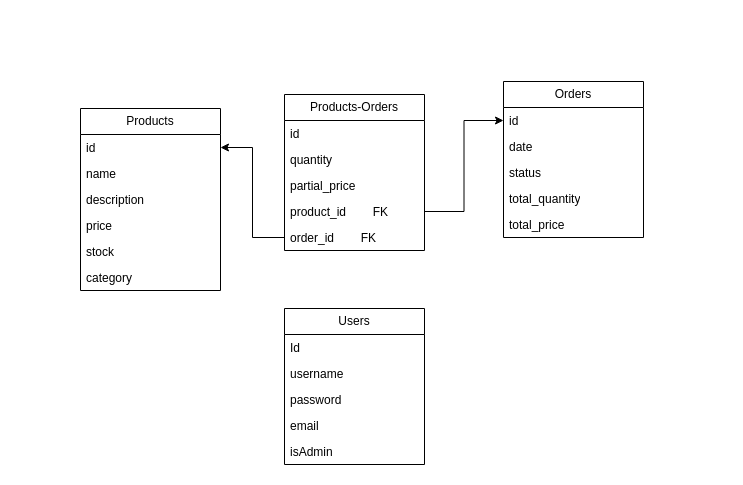
rodrigomero/java-sinc keeps this draw.io diagram as musistore.drawio. Above is the earlier version. Source tidied: cells renumbered, new cells numbered last; positions are measured from the earlier drawing's top-left corner, leaving out a move shared by most shapes. Both pictures are drawn from the tidied source at 100%, with x=0, y=0 at pixel (80, 81).
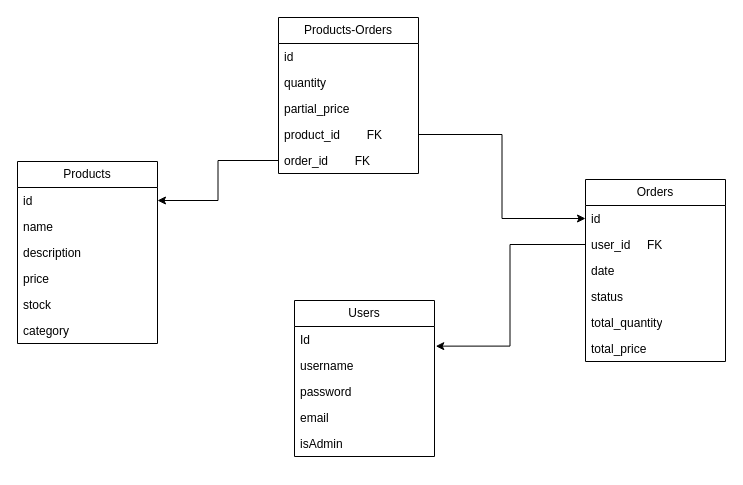
After the change.

The change refers to these unchanged cells:
```xml
<mxCell id="16" value="Id" style="text;strokeColor=none;fillColor=none;align=left;verticalAlign=top;spacingLeft=4;spacingRight=4;overflow=hidden;points=[[0,0.5],[1,0.5]];portConstraint=eastwest;whiteSpace=wrap;html=1;" parent="15" vertex="1">
  <mxGeometry y="26" width="140" height="26" as="geometry" />
</mxCell>
```

Diff of the diagram source:
```diff
@@
     <mxCell id="2" value="Products" style="swimlane;fontStyle=0;horizontal=1;startSize=26;fillColor=none;whiteSpace=wrap;html=1;" parent="1" vertex="1">
-      <mxGeometry y="27" width="140" height="182" as="geometry" />
+      <mxGeometry x="-63" y="80" width="140" height="182" as="geometry" />
     </mxCell>
@@
     <mxCell id="9" value="Orders" style="swimlane;fontStyle=0;horizontal=1;startSize=26;fillColor=none;whiteSpace=wrap;html=1;" parent="1" vertex="1">
-      <mxGeometry x="423" width="140" height="156" as="geometry" />
+      <mxGeometry x="505" y="98" width="140" height="182" as="geometry" />
     </mxCell>
@@
+    <mxCell id="29" value="user_id&amp;nbsp; &amp;nbsp; &amp;nbsp;FK" style="text;strokeColor=none;fillColor=none;align=left;verticalAlign=top;spacingLeft=4;spacingRight=4;overflow=hidden;points=[[0,0.5],[1,0.5]];portConstraint=eastwest;whiteSpace=wrap;html=1;" parent="9" vertex="1">
+      <mxGeometry y="52" width="140" height="26" as="geometry" />
+    </mxCell>
     <mxCell id="11" value="date" style="text;strokeColor=none;fillColor=none;align=left;verticalAlign=top;spacingLeft=4;spacingRight=4;overflow=hidden;whiteSpace=wrap;html=1;" parent="9" vertex="1">
-      <mxGeometry y="52" width="140" height="26" as="geometry" />
+      <mxGeometry y="78" width="140" height="26" as="geometry" />
     </mxCell>
     <mxCell id="12" value="status" style="text;strokeColor=none;fillColor=none;align=left;verticalAlign=top;spacingLeft=4;spacingRight=4;overflow=hidden;whiteSpace=wrap;html=1;" parent="9" vertex="1">
-      <mxGeometry y="78" width="140" height="26" as="geometry" />
+      <mxGeometry y="104" width="140" height="26" as="geometry" />
     </mxCell>
     <mxCell id="13" value="total_quantity" style="text;strokeColor=none;fillColor=none;align=left;verticalAlign=top;spacingLeft=4;spacingRight=4;overflow=hidden;whiteSpace=wrap;html=1;" parent="9" vertex="1">
-      <mxGeometry y="104" width="140" height="26" as="geometry" />
+      <mxGeometry y="130" width="140" height="26" as="geometry" />
     </mxCell>
     <mxCell id="14" value="total_price" style="text;strokeColor=none;fillColor=none;align=left;verticalAlign=top;spacingLeft=4;spacingRight=4;overflow=hidden;whiteSpace=wrap;html=1;" parent="9" vertex="1">
-      <mxGeometry y="130" width="140" height="26" as="geometry" />
+      <mxGeometry y="156" width="140" height="26" as="geometry" />
     </mxCell>
     <mxCell id="15" value="Users" style="swimlane;fontStyle=0;horizontal=1;startSize=26;fillColor=none;whiteSpace=wrap;html=1;" parent="1" vertex="1">
-      <mxGeometry x="204" y="227" width="140" height="156" as="geometry" />
+      <mxGeometry x="214" y="219" width="140" height="156" as="geometry" />
     </mxCell>
@@
     <mxCell id="21" value="Products-Orders" style="swimlane;fontStyle=0;horizontal=1;startSize=26;fillColor=none;whiteSpace=wrap;html=1;" parent="1" vertex="1">
-      <mxGeometry x="204" y="13" width="140" height="156" as="geometry" />
+      <mxGeometry x="198" y="-64" width="140" height="156" as="geometry" />
     </mxCell>
@@
+    <mxCell id="30" style="edgeStyle=orthogonalEdgeStyle;rounded=0;jettySize=auto;html=1;entryX=1.009;entryY=0.755;entryDx=0;entryDy=0;entryPerimeter=0;" parent="1" edge="1" source="29" target="16">
+      <mxGeometry relative="1" as="geometry" />
+    </mxCell>
```
